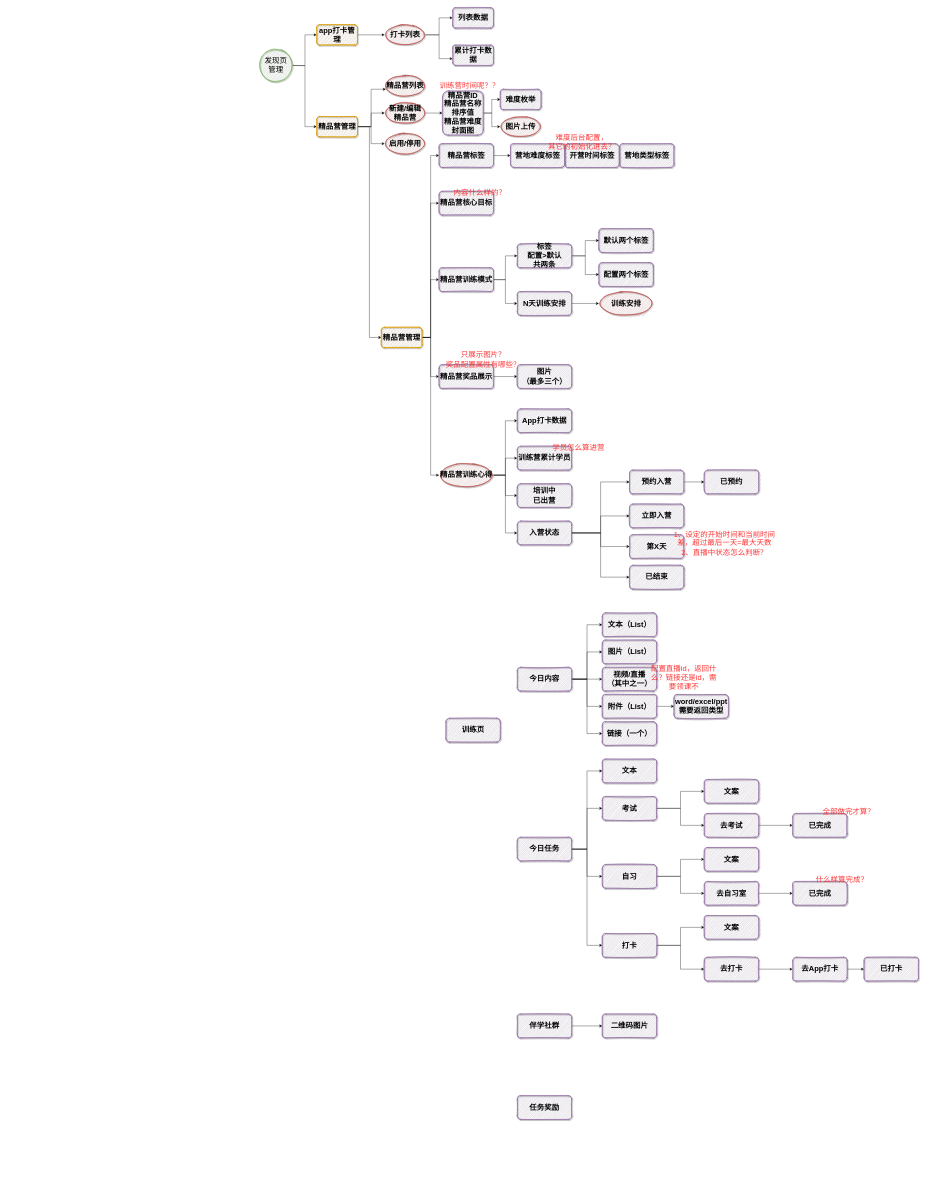
me-Minion/draw keeps this draw.io diagram as 570.drawio. Above is the earlier version. Source tidied: cells renumbered, new cells numbered last; positions are measured from the earlier drawing's top-left corner, leaving out a move shared by most shapes. Both pictures are drawn from the tidied source at 34%, with x=0, y=0 at pixel (259, 7).
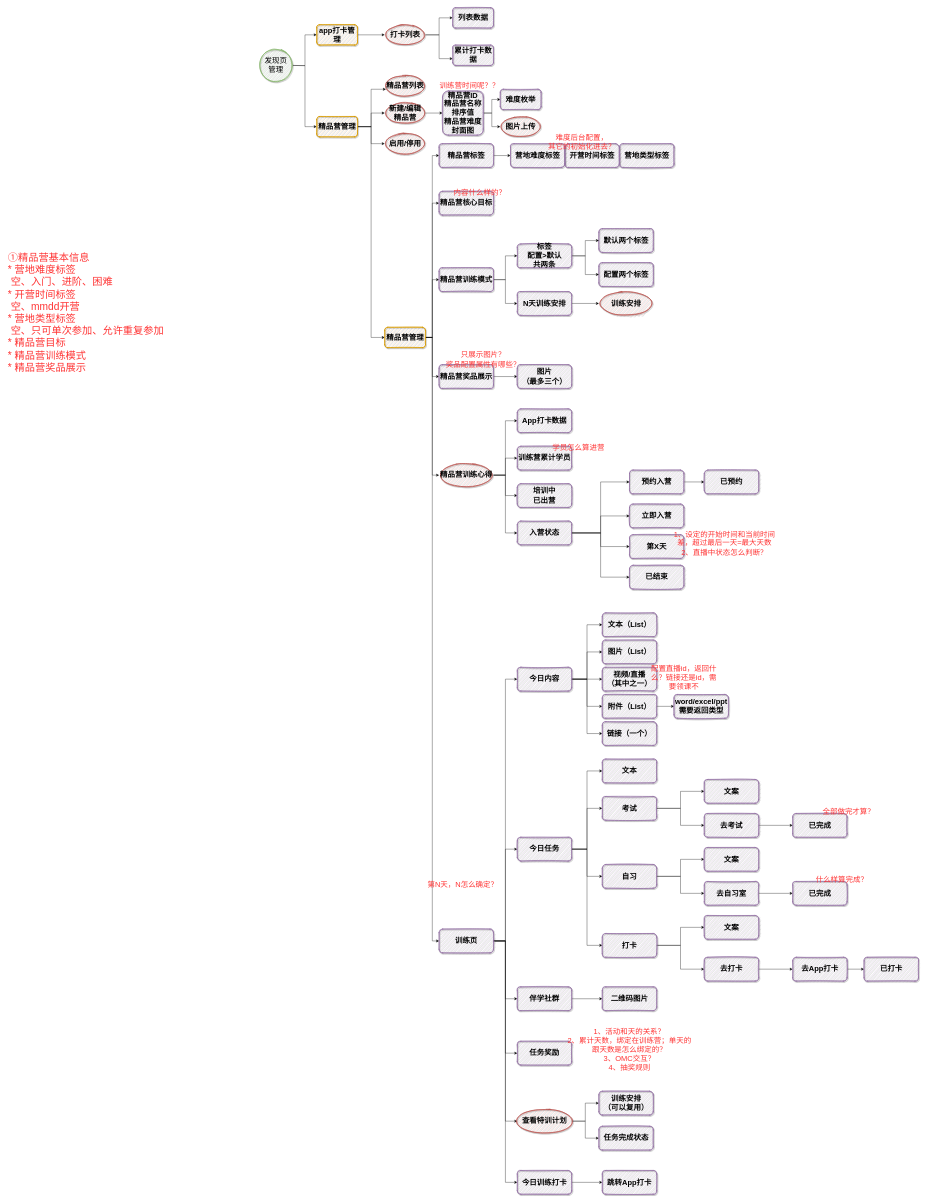
Above is the later version.

Unchanged cells that the change refers to:
```xml
<mxCell id="84" value="今日内容" style="whiteSpace=wrap;html=1;fontSize=22;fillColor=#e1d5e7;strokeColor=#9673a6;rounded=1;strokeWidth=2;shadow=1;sketch=1;fontStyle=1;" parent="1" vertex="1">
  <mxGeometry x="760" y="1940" width="160" height="70" as="geometry" />
</mxCell>
<mxCell id="89" value="今日任务" style="whiteSpace=wrap;html=1;fontSize=22;fillColor=#e1d5e7;strokeColor=#9673a6;rounded=1;strokeWidth=2;shadow=1;sketch=1;fontStyle=1;" parent="1" vertex="1">
  <mxGeometry x="760" y="2440" width="160" height="70" as="geometry" />
</mxCell>
```

The edit, as a diff of the source:
```diff
@@
+    <mxCell id="128" style="edgeStyle=orthogonalEdgeStyle;rounded=0;jettySize=auto;html=1;exitX=1;exitY=0.5;exitDx=0;exitDy=0;entryX=0;entryY=0.5;entryDx=0;entryDy=0;fontSize=22;fontColor=#FF3333;" parent="1" edge="1" source="26" target="78">
+      <mxGeometry relative="1" as="geometry" />
+    </mxCell>
     <mxCell id="26" value="&lt;span&gt;精品营管理&lt;/span&gt;" style="rounded=1;whiteSpace=wrap;html=1;fontSize=22;fillColor=#ffe6cc;strokeColor=#d79b00;strokeWidth=2;gradientColor=none;shadow=1;sketch=1;fontStyle=1;" parent="1" vertex="1">
-      <mxGeometry x="360" y="940" width="120" height="60" as="geometry" />
+      <mxGeometry x="370" y="940" width="120" height="60" as="geometry" />
     </mxCell>
@@
+    <mxCell id="129" style="edgeStyle=orthogonalEdgeStyle;rounded=0;jettySize=auto;html=1;exitX=1;exitY=0.5;exitDx=0;exitDy=0;entryX=0;entryY=0.5;entryDx=0;entryDy=0;fontSize=22;fontColor=#FF3333;" parent="1" edge="1" source="78" target="84">
+      <mxGeometry relative="1" as="geometry" />
+    </mxCell>
+    <mxCell id="130" style="edgeStyle=orthogonalEdgeStyle;rounded=0;jettySize=auto;html=1;exitX=1;exitY=0.5;exitDx=0;exitDy=0;entryX=0;entryY=0.5;entryDx=0;entryDy=0;fontSize=22;fontColor=#FF3333;" parent="1" edge="1" source="78" target="89">
+      <mxGeometry relative="1" as="geometry" />
+    </mxCell>
+    <mxCell id="131" style="edgeStyle=orthogonalEdgeStyle;rounded=0;jettySize=auto;html=1;exitX=1;exitY=0.5;exitDx=0;exitDy=0;entryX=0;entryY=0.5;entryDx=0;entryDy=0;fontSize=22;fontColor=#FF3333;" parent="1" edge="1" source="78" target="91">
+      <mxGeometry relative="1" as="geometry" />
+    </mxCell>
+    <mxCell id="132" style="edgeStyle=orthogonalEdgeStyle;rounded=0;jettySize=auto;html=1;exitX=1;exitY=0.5;exitDx=0;exitDy=0;entryX=0;entryY=0.5;entryDx=0;entryDy=0;fontSize=22;fontColor=#FF3333;" parent="1" edge="1" source="78" target="92">
+      <mxGeometry relative="1" as="geometry" />
+    </mxCell>
+    <mxCell id="133" style="edgeStyle=orthogonalEdgeStyle;rounded=0;jettySize=auto;html=1;exitX=1;exitY=0.5;exitDx=0;exitDy=0;entryX=0;entryY=0.5;entryDx=0;entryDy=0;fontSize=22;fontColor=#FF3333;" parent="1" edge="1" source="78" target="139">
+      <mxGeometry relative="1" as="geometry" />
+    </mxCell>
+    <mxCell id="134" style="edgeStyle=orthogonalEdgeStyle;rounded=0;jettySize=auto;html=1;exitX=1;exitY=0.5;exitDx=0;exitDy=0;entryX=0;entryY=0.5;entryDx=0;entryDy=0;fontSize=22;fontColor=#FF3333;" parent="1" edge="1" source="78" target="141">
+      <mxGeometry relative="1" as="geometry" />
+    </mxCell>
     <mxCell id="78" value="训练页" style="whiteSpace=wrap;html=1;fontSize=22;fillColor=#e1d5e7;strokeColor=#9673a6;rounded=1;strokeWidth=2;shadow=1;sketch=1;fontStyle=1;" parent="1" vertex="1">
-      <mxGeometry x="550" y="2090" width="160" height="70" as="geometry" />
+      <mxGeometry x="530" y="2710" width="160" height="70" as="geometry" />
     </mxCell>
@@
     <mxCell id="91" value="伴学社群" style="whiteSpace=wrap;html=1;fontSize=22;fillColor=#e1d5e7;strokeColor=#9673a6;rounded=1;strokeWidth=2;shadow=1;sketch=1;fontStyle=1;" parent="1" vertex="1">
-      <mxGeometry x="760" y="2960" width="160" height="70" as="geometry" />
+      <mxGeometry x="760" y="2880" width="160" height="70" as="geometry" />
     </mxCell>
     <mxCell id="92" value="任务奖励" style="whiteSpace=wrap;html=1;fontSize=22;fillColor=#e1d5e7;strokeColor=#9673a6;rounded=1;strokeWidth=2;shadow=1;sketch=1;fontStyle=1;" parent="1" vertex="1">
-      <mxGeometry x="760" y="3200" width="160" height="70" as="geometry" />
+      <mxGeometry x="760" y="3040" width="160" height="70" as="geometry" />
     </mxCell>
@@
     <mxCell id="127" value="二维码图片" style="whiteSpace=wrap;html=1;fontSize=22;fillColor=#e1d5e7;strokeColor=#9673a6;rounded=1;strokeWidth=2;shadow=1;sketch=1;fontStyle=1;" parent="1" vertex="1">
-      <mxGeometry x="1010" y="2960" width="160" height="70" as="geometry" />
+      <mxGeometry x="1010" y="2880" width="160" height="70" as="geometry" />
     </mxCell>
+    <mxCell id="135" value="1、活动和天的关系？&lt;br&gt;2、累计天数，绑定在训练营；单天的跟天数是怎么绑定的？&lt;br&gt;3、OMC交互？&lt;br&gt;4、抽奖规则" style="text;html=1;strokeColor=none;fillColor=none;align=center;verticalAlign=middle;whiteSpace=wrap;rounded=0;shadow=1;sketch=1;fontSize=22;fontColor=#FF3333;" parent="1" vertex="1">
+      <mxGeometry x="900" y="2990" width="380" height="150" as="geometry" />
+    </mxCell>
+    <mxCell id="136" value="第N天，N怎么确定？" style="text;html=1;strokeColor=none;fillColor=none;align=center;verticalAlign=middle;whiteSpace=wrap;rounded=0;shadow=1;sketch=1;fontSize=22;fontColor=#FF3333;" parent="1" vertex="1">
+      <mxGeometry x="490" y="2570" width="220" height="20" as="geometry" />
+    </mxCell>
+    <mxCell id="137" style="edgeStyle=orthogonalEdgeStyle;rounded=0;jettySize=auto;html=1;exitX=1;exitY=0.5;exitDx=0;exitDy=0;entryX=0;entryY=0.5;entryDx=0;entryDy=0;fontSize=22;fontColor=#FF3333;" parent="1" edge="1" source="139" target="143">
+      <mxGeometry relative="1" as="geometry" />
+    </mxCell>
+    <mxCell id="138" style="edgeStyle=orthogonalEdgeStyle;rounded=0;jettySize=auto;html=1;exitX=1;exitY=0.5;exitDx=0;exitDy=0;fontSize=22;fontColor=#FF3333;" parent="1" edge="1" source="139" target="144">
+      <mxGeometry relative="1" as="geometry" />
+    </mxCell>
+    <mxCell id="139" value="查看特训计划" style="ellipse;whiteSpace=wrap;html=1;fontSize=22;fillColor=#f8cecc;strokeColor=#b85450;rounded=1;strokeWidth=2;shadow=1;sketch=1;fontStyle=1;" parent="1" vertex="1">
+      <mxGeometry x="760" y="3240" width="160" height="70" as="geometry" />
+    </mxCell>
+    <mxCell id="140" style="edgeStyle=orthogonalEdgeStyle;rounded=0;jettySize=auto;html=1;exitX=1;exitY=0.5;exitDx=0;exitDy=0;fontSize=22;fontColor=#FF3333;" parent="1" edge="1" source="141" target="142">
+      <mxGeometry relative="1" as="geometry" />
+    </mxCell>
+    <mxCell id="141" value="今日训练打卡" style="whiteSpace=wrap;html=1;fontSize=22;fillColor=#e1d5e7;strokeColor=#9673a6;rounded=1;strokeWidth=2;shadow=1;sketch=1;fontStyle=1;" parent="1" vertex="1">
+      <mxGeometry x="760" y="3420" width="160" height="70" as="geometry" />
+    </mxCell>
+    <mxCell id="142" value="跳转App打卡" style="whiteSpace=wrap;html=1;fontSize=22;fillColor=#e1d5e7;strokeColor=#9673a6;rounded=1;strokeWidth=2;shadow=1;sketch=1;fontStyle=1;" parent="1" vertex="1">
+      <mxGeometry x="1010" y="3420" width="160" height="70" as="geometry" />
+    </mxCell>
+    <mxCell id="143" value="训练安排&lt;br&gt;（可以复用）" style="whiteSpace=wrap;html=1;fontSize=22;fillColor=#e1d5e7;strokeColor=#9673a6;rounded=1;strokeWidth=2;shadow=1;sketch=1;fontStyle=1;" parent="1" vertex="1">
+      <mxGeometry x="1000" y="3187" width="160" height="70" as="geometry" />
+    </mxCell>
+    <mxCell id="144" value="任务完成状态" style="whiteSpace=wrap;html=1;fontSize=22;fillColor=#e1d5e7;strokeColor=#9673a6;rounded=1;strokeWidth=2;shadow=1;sketch=1;fontStyle=1;" parent="1" vertex="1">
+      <mxGeometry x="1000" y="3290" width="160" height="70" as="geometry" />
+    </mxCell>
+    <mxCell id="145" value="&lt;font style=&quot;font-size: 30px&quot;&gt;①精品营基本信息&lt;br&gt;* 营地难度标签&lt;br&gt;&lt;span style=&quot;white-space: pre&quot;&gt; &lt;/span&gt;空、入门、进阶、困难&lt;br&gt;* 开营时间标签&lt;br&gt;&lt;span style=&quot;white-space: pre&quot;&gt; &lt;/span&gt;空、mmdd开营&lt;br&gt;* 营地类型标签&lt;br&gt;&lt;span style=&quot;white-space: pre&quot;&gt; &lt;/span&gt;空、只可单次参加、允许重复参加&lt;br&gt;* 精品营目标&lt;br&gt;* 精品营训练模式&lt;br&gt;* 精品营奖品展示&lt;br&gt;&lt;/font&gt;" style="text;html=1;strokeColor=none;fillColor=none;align=left;verticalAlign=top;whiteSpace=wrap;rounded=0;shadow=1;sketch=1;fontSize=22;fontColor=#FF3333;" parent="1" vertex="1">
+      <mxGeometry x="-740" y="710" width="820" height="1230" as="geometry" />
+    </mxCell>
```
